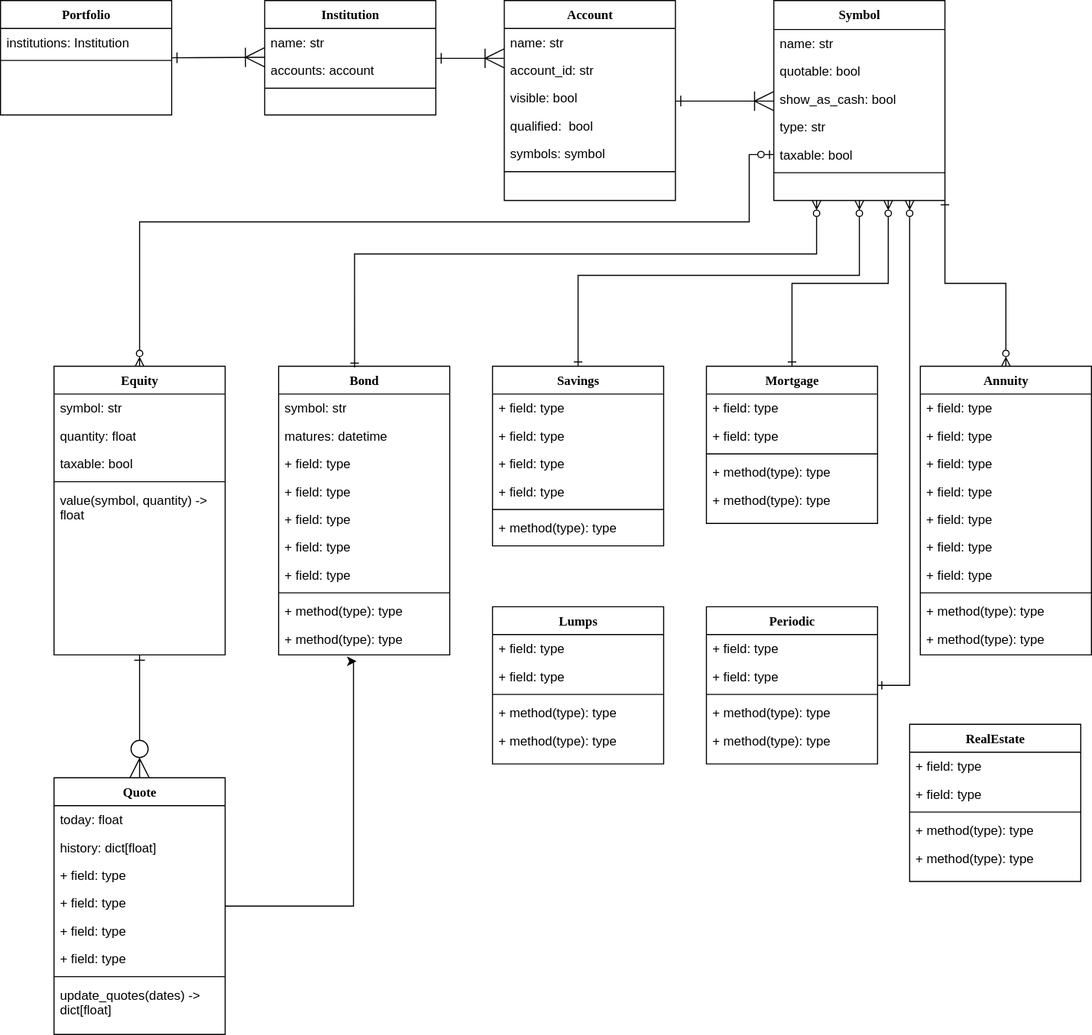
Earlier version of the draw.io export Documentation/DataModel.drawio.svg (labroid/retirement_planner). Source tidied: cells renumbered, new cells last; positions are measured from the earlier drawing's top-left corner, leaving out a move shared by most shapes.
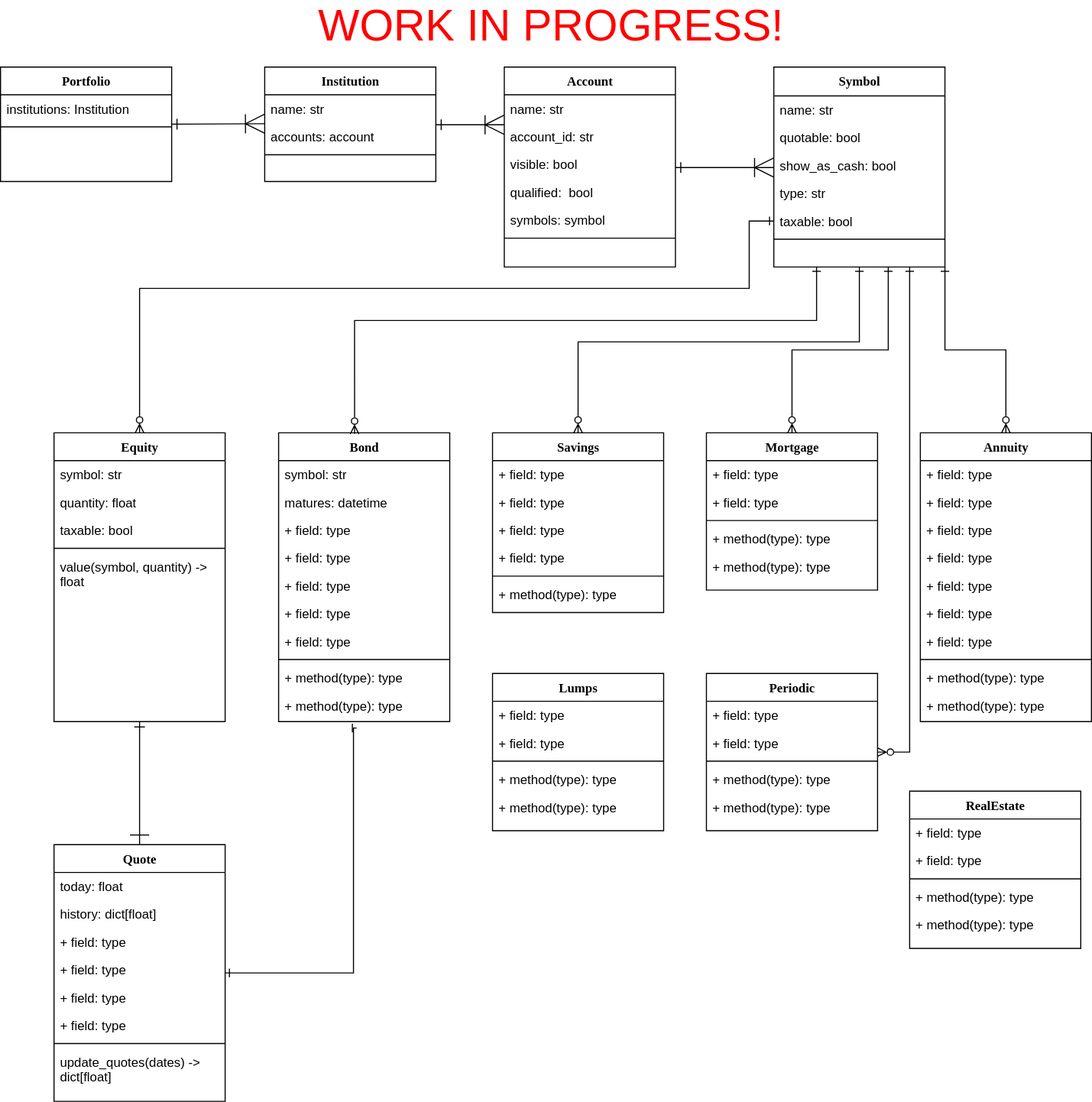
The same file after the commit.

What changed in the source:
```diff
@@ -62,10 +62,10 @@
     <mxCell id="21" style="line;html=1;strokeWidth=1;fillColor=none;align=left;verticalAlign=middle;spacingTop=-1;spacingLeft=3;spacingRight=3;labelPosition=right;" parent="15" vertex="1">
       <mxGeometry y="157" width="160" height="8" as="geometry" />
     </mxCell>
-    <mxCell id="22" style="edgeStyle=elbowEdgeStyle;html=1;labelBackgroundColor=none;startFill=0;startSize=8;endArrow=ERzeroToMany;endFill=0;endSize=16;fontFamily=Verdana;fontSize=12;elbow=vertical;startArrow=ERone;" parent="1" edge="1" source="34" target="24">
+    <mxCell id="22" style="edgeStyle=elbowEdgeStyle;html=1;labelBackgroundColor=none;startFill=0;startSize=8;endArrow=ERone;endFill=0;endSize=16;fontFamily=Verdana;fontSize=12;elbow=vertical;startArrow=ERone;" parent="1" edge="1" source="34" target="24">
       <mxGeometry relative="1" as="geometry" />
     </mxCell>
-    <mxCell id="23" style="edgeStyle=orthogonalEdgeStyle;rounded=0;jettySize=auto;html=1;entryX=0.456;entryY=1.308;entryDx=0;entryDy=0;entryPerimeter=0;" parent="1" edge="1" source="24" target="93">
+    <mxCell id="23" style="edgeStyle=orthogonalEdgeStyle;rounded=0;jettySize=auto;html=1;entryX=0.456;entryY=1.308;entryDx=0;entryDy=0;entryPerimeter=0;endArrow=ERone;endFill=0;startArrow=ERone;startFill=0;" parent="1" edge="1" source="24" target="93">
       <mxGeometry relative="1" as="geometry">
         <Array as="points">
           <mxPoint x="330" y="847" />
@@ -100,7 +100,7 @@
     <mxCell id="32" value="update_quotes(dates) -&amp;gt; dict[float]" style="text;html=1;strokeColor=none;fillColor=none;align=left;verticalAlign=top;spacingLeft=4;spacingRight=4;whiteSpace=wrap;overflow=hidden;" parent="24" vertex="1">
       <mxGeometry y="190" width="160" height="40" as="geometry" />
     </mxCell>
-    <mxCell id="33" style="edgeStyle=orthogonalEdgeStyle;rounded=0;jettySize=auto;html=1;entryX=0;entryY=0.5;entryDx=0;entryDy=0;startArrow=ERzeroToMany;startFill=0;endArrow=ERzeroToOne;endFill=0;" parent="1" edge="1" source="34" target="20">
+    <mxCell id="33" style="edgeStyle=orthogonalEdgeStyle;rounded=0;jettySize=auto;html=1;entryX=0;entryY=0.5;entryDx=0;entryDy=0;startArrow=ERzeroToMany;startFill=0;endArrow=ERone;endFill=0;" parent="1" edge="1" source="34" target="20">
       <mxGeometry relative="1" as="geometry">
         <Array as="points">
           <mxPoint x="130" y="207" />
@@ -148,7 +148,7 @@
     <mxCell id="46" value="+ method(type): type" style="text;html=1;strokeColor=none;fillColor=none;align=left;verticalAlign=top;spacingLeft=4;spacingRight=4;whiteSpace=wrap;overflow=hidden;" parent="40" vertex="1">
       <mxGeometry y="138" width="160" height="26" as="geometry" />
     </mxCell>
-    <mxCell id="47" style="edgeStyle=orthogonalEdgeStyle;rounded=0;jettySize=auto;html=1;startArrow=ERone;startFill=0;endArrow=ERzeroToMany;endFill=0;exitX=0.5;exitY=0;exitDx=0;exitDy=0;" parent="1" edge="1" source="48">
+    <mxCell id="47" style="edgeStyle=orthogonalEdgeStyle;rounded=0;jettySize=auto;html=1;startArrow=ERzeroToMany;startFill=0;endArrow=ERone;endFill=0;exitX=0.5;exitY=0;exitDx=0;exitDy=0;" parent="1" edge="1" source="48">
       <mxGeometry relative="1" as="geometry">
         <mxPoint x="830" y="187" as="targetPoint" />
       </mxGeometry>
@@ -239,7 +239,7 @@
     <mxCell id="75" value="+ method(type): type" style="text;html=1;strokeColor=none;fillColor=none;align=left;verticalAlign=top;spacingLeft=4;spacingRight=4;whiteSpace=wrap;overflow=hidden;" parent="70" vertex="1">
       <mxGeometry y="112" width="160" height="26" as="geometry" />
     </mxCell>
-    <mxCell id="76" style="edgeStyle=orthogonalEdgeStyle;rounded=0;jettySize=auto;html=1;startArrow=ERone;startFill=0;endArrow=ERzeroToMany;endFill=0;" parent="1" edge="1" source="77">
+    <mxCell id="76" style="edgeStyle=orthogonalEdgeStyle;rounded=0;jettySize=auto;html=1;startArrow=ERzeroToMany;startFill=0;endArrow=ERone;endFill=0;" parent="1" edge="1" source="77">
       <mxGeometry relative="1" as="geometry">
         <mxPoint x="850" y="187" as="targetPoint" />
         <Array as="points">
@@ -316,7 +316,7 @@
     <mxCell id="99" value="+ method(type): type" style="text;html=1;strokeColor=none;fillColor=none;align=left;verticalAlign=top;spacingLeft=4;spacingRight=4;whiteSpace=wrap;overflow=hidden;" parent="94" vertex="1">
       <mxGeometry y="112" width="160" height="26" as="geometry" />
     </mxCell>
-    <mxCell id="100" style="edgeStyle=orthogonalEdgeStyle;rounded=0;jettySize=auto;html=1;startArrow=ERone;startFill=0;endArrow=ERzeroToMany;endFill=0;exitX=0.5;exitY=0;exitDx=0;exitDy=0;entryX=0.5;entryY=1;entryDx=0;entryDy=0;" parent="1" edge="1" source="40" target="15">
+    <mxCell id="100" style="edgeStyle=orthogonalEdgeStyle;rounded=0;jettySize=auto;html=1;startArrow=ERzeroToMany;startFill=0;endArrow=ERone;endFill=0;exitX=0.5;exitY=0;exitDx=0;exitDy=0;entryX=0.5;entryY=1;entryDx=0;entryDy=0;" parent="1" edge="1" source="40" target="15">
       <mxGeometry relative="1" as="geometry">
         <Array as="points">
           <mxPoint x="540" y="257" />
@@ -324,7 +324,7 @@
         </Array>
       </mxGeometry>
     </mxCell>
-    <mxCell id="101" style="edgeStyle=orthogonalEdgeStyle;rounded=0;jettySize=auto;html=1;startArrow=ERone;startFill=0;endArrow=ERzeroToMany;endFill=0;exitX=0.444;exitY=0.004;exitDx=0;exitDy=0;entryX=0.25;entryY=1;entryDx=0;entryDy=0;exitPerimeter=0;" parent="1" edge="1" source="83" target="15">
+    <mxCell id="101" style="edgeStyle=orthogonalEdgeStyle;rounded=0;jettySize=auto;html=1;startArrow=ERzeroToMany;startFill=0;endArrow=ERone;endFill=0;exitX=0.444;exitY=0.004;exitDx=0;exitDy=0;entryX=0.25;entryY=1;entryDx=0;entryDy=0;exitPerimeter=0;" parent="1" edge="1" source="83" target="15">
       <mxGeometry relative="1" as="geometry">
         <Array as="points">
           <mxPoint x="331" y="237" />
@@ -332,5 +332,8 @@
         </Array>
       </mxGeometry>
     </mxCell>
+    <mxCell id="102" value="&lt;font color=&quot;#ff0000&quot; style=&quot;font-size: 41px;&quot;&gt;WORK IN PROGRESS!&lt;/font&gt;" style="text;html=1;strokeColor=none;fillColor=none;align=center;verticalAlign=middle;whiteSpace=wrap;rounded=0;" parent="1" vertex="1">
+      <mxGeometry x="270" y="-53" width="490" height="30" as="geometry" />
+    </mxCell>
   </root>
 </mxGraphModel>
```
